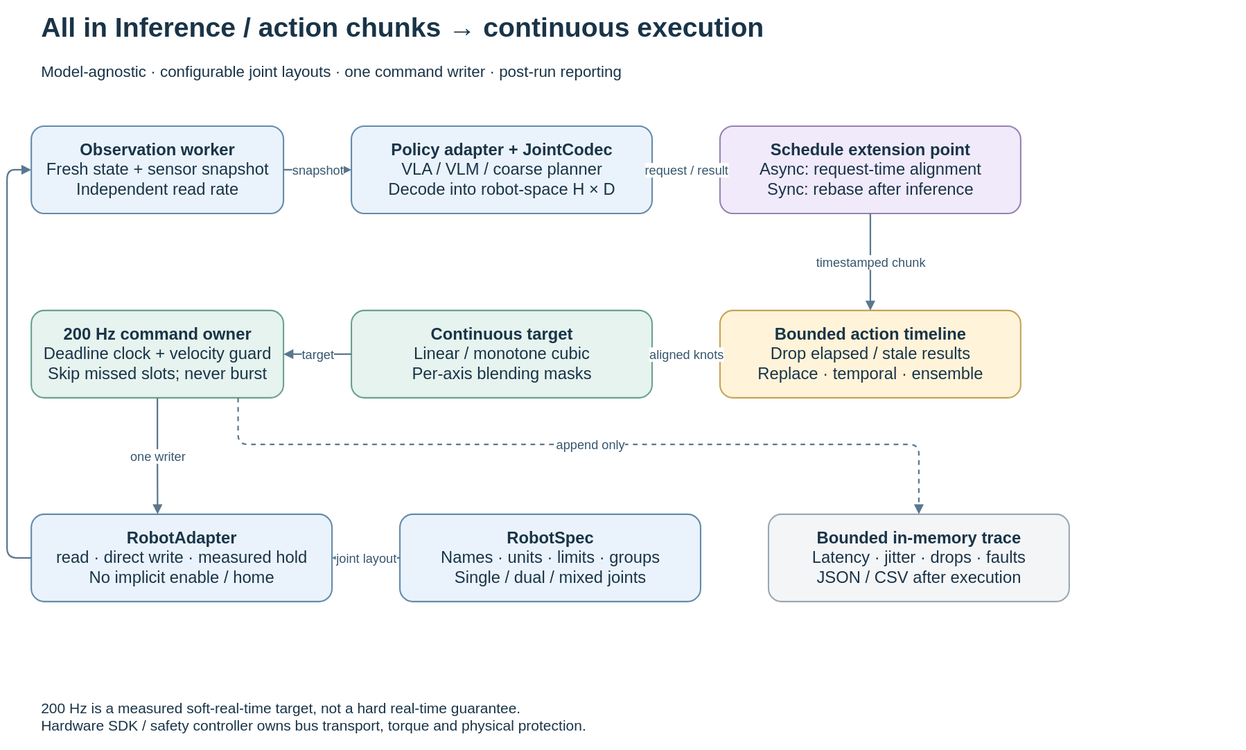
Srt-tian/All_in_inference keeps this draw.io diagram as docs/assets/architecture.svg. Above is the earlier version. Source tidied: cells renumbered, new cells last; positions are measured from the earlier drawing's top-left corner, leaving out a move shared by most shapes.
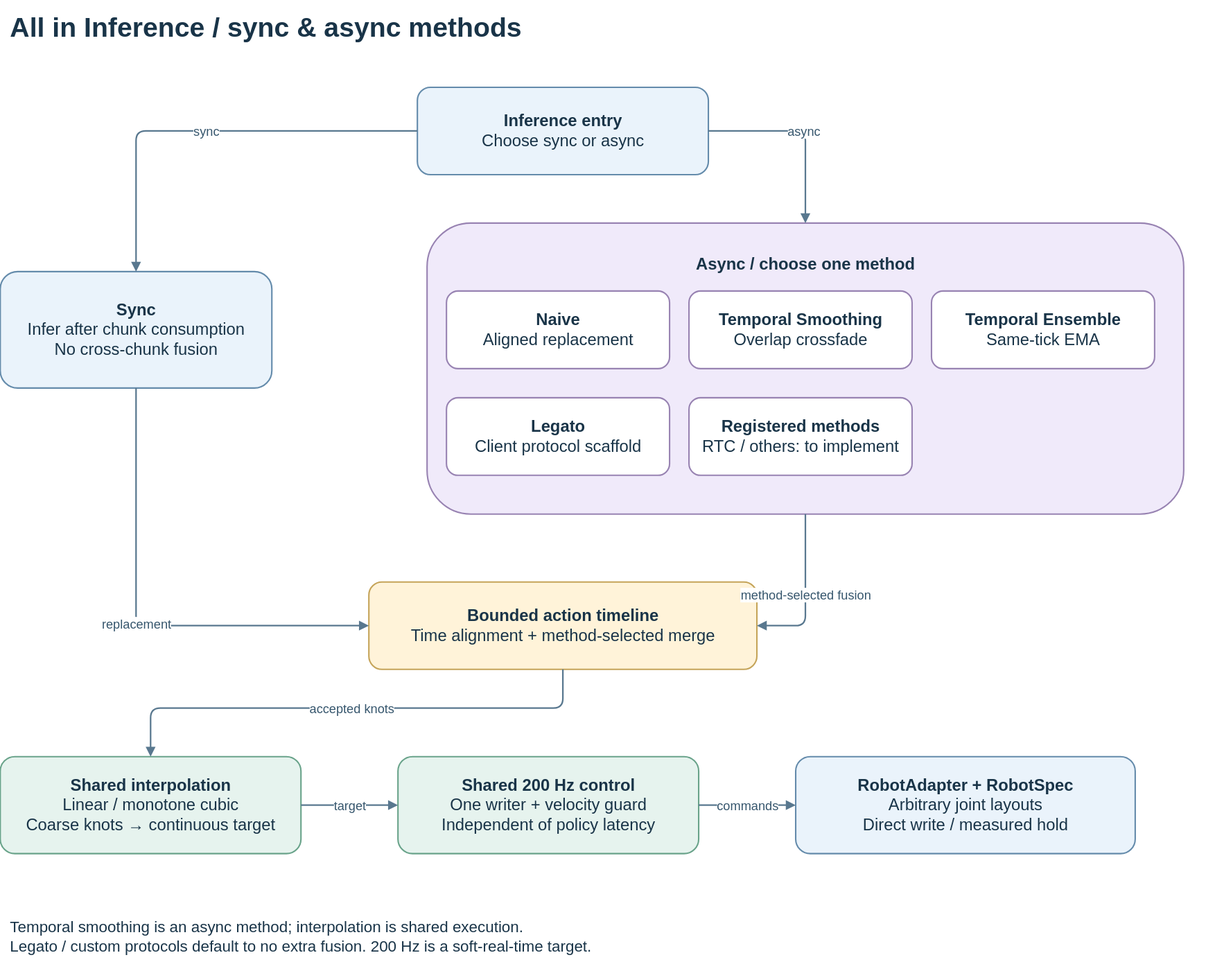
Above is the later version.

The edit, as a diff of the source:
```diff
@@ -2,78 +2,89 @@
   <root>
     <mxCell id="0" />
     <mxCell id="1" parent="0" />
-    <mxCell id="2" value="All in Inference  /  action chunks → continuous execution" style="rounded=1;whiteSpace=wrap;html=1;fillColor=none;strokeColor=none;strokeWidth=1.5;fontColor=#193448;fontFamily=Helvetica;fontSize=17;spacing=10;fontSize=28;fontStyle=1;align=left;" parent="1" vertex="1">
+    <mxCell id="2" value="All in Inference / sync &amp; async methods" style="rounded=1;whiteSpace=wrap;html=1;fillColor=none;strokeColor=none;strokeWidth=1.5;fontColor=#193448;fontFamily=Helvetica;fontSize=17;spacing=10;fontSize=28;fontStyle=1;align=left;" parent="1" vertex="1">
       <mxGeometry x="25" width="1250" height="55" as="geometry" />
     </mxCell>
-    <mxCell id="3" value="Model-agnostic · configurable joint layouts · one command writer · post-run reporting" style="rounded=1;whiteSpace=wrap;html=1;fillColor=none;strokeColor=none;strokeWidth=1.5;fontColor=#193448;fontFamily=Helvetica;fontSize=17;spacing=10;align=left;fontSize=16;" parent="1" vertex="1">
-      <mxGeometry x="25" y="56" width="1240" height="34" as="geometry" />
-    </mxCell>
-    <mxCell id="4" value="&lt;b&gt;Observation worker&lt;/b&gt;&lt;br&gt;Fresh state + sensor snapshot&lt;br&gt;Independent read rate" style="rounded=1;whiteSpace=wrap;html=1;fillColor=#eaf3fb;strokeColor=#648bab;strokeWidth=1.5;fontColor=#193448;fontFamily=Helvetica;fontSize=17;spacing=10;" parent="1" vertex="1">
-      <mxGeometry x="25" y="130" width="260" height="90" as="geometry" />
-    </mxCell>
-    <mxCell id="5" value="&lt;b&gt;Policy adapter + JointCodec&lt;/b&gt;&lt;br&gt;VLA / VLM / coarse planner&lt;br&gt;Decode into robot-space H × D" style="rounded=1;whiteSpace=wrap;html=1;fillColor=#eaf3fb;strokeColor=#648bab;strokeWidth=1.5;fontColor=#193448;fontFamily=Helvetica;fontSize=17;spacing=10;" parent="1" vertex="1">
-      <mxGeometry x="355" y="130" width="310" height="90" as="geometry" />
-    </mxCell>
-    <mxCell id="6" value="&lt;b&gt;Schedule extension point&lt;/b&gt;&lt;br&gt;Async: request-time alignment&lt;br&gt;Sync: rebase after inference" style="rounded=1;whiteSpace=wrap;html=1;fillColor=#f0eafa;strokeColor=#9883b2;strokeWidth=1.5;fontColor=#193448;fontFamily=Helvetica;fontSize=17;spacing=10;" parent="1" vertex="1">
-      <mxGeometry x="735" y="130" width="310" height="90" as="geometry" />
-    </mxCell>
+    <mxCell id="23" value="&lt;b&gt;Inference entry&lt;/b&gt;&lt;br&gt;Choose sync or async" style="rounded=1;whiteSpace=wrap;html=1;fillColor=#eaf3fb;strokeColor=#648bab;strokeWidth=1.5;fontColor=#193448;fontFamily=Helvetica;fontSize=17;spacing=10;" parent="1" vertex="1">
+      <mxGeometry x="455" y="90" width="300" height="90" as="geometry" />
+    </mxCell>
+    <mxCell id="24" value="&lt;b&gt;Sync&lt;/b&gt;&lt;br&gt;Infer after chunk consumption&lt;br&gt;No cross-chunk fusion" style="rounded=1;whiteSpace=wrap;html=1;fillColor=#eaf3fb;strokeColor=#648bab;strokeWidth=1.5;fontColor=#193448;fontFamily=Helvetica;fontSize=17;spacing=10;" parent="1" vertex="1">
+      <mxGeometry x="25" y="280" width="280" height="120" as="geometry" />
+    </mxCell>
+    <mxCell id="25" value="&lt;b&gt;Async / choose one method&lt;/b&gt;" style="rounded=1;whiteSpace=wrap;html=1;fillColor=#f0eafa;strokeColor=#9883b2;strokeWidth=1.5;fontColor=#193448;fontFamily=Helvetica;fontSize=17;spacing=10;verticalAlign=top;spacingTop=18;" parent="1" vertex="1">
+      <mxGeometry x="465" y="230" width="780" height="300" as="geometry" />
+    </mxCell>
+    <mxCell id="26" value="&lt;b&gt;Naive&lt;/b&gt;&lt;br&gt;Aligned replacement" style="rounded=1;whiteSpace=wrap;html=1;fillColor=#ffffff;strokeColor=#9883b2;strokeWidth=1.5;fontColor=#193448;fontFamily=Helvetica;fontSize=17;spacing=10;" parent="25" vertex="1">
+      <mxGeometry x="20" y="70" width="230" height="80" as="geometry" />
+    </mxCell>
+    <mxCell id="27" value="&lt;b&gt;Temporal Smoothing&lt;/b&gt;&lt;br&gt;Overlap crossfade" style="rounded=1;whiteSpace=wrap;html=1;fillColor=#ffffff;strokeColor=#9883b2;strokeWidth=1.5;fontColor=#193448;fontFamily=Helvetica;fontSize=17;spacing=10;" parent="25" vertex="1">
+      <mxGeometry x="270" y="70" width="230" height="80" as="geometry" />
+    </mxCell>
+    <mxCell id="28" value="&lt;b&gt;Temporal Ensemble&lt;/b&gt;&lt;br&gt;Same-tick EMA" style="rounded=1;whiteSpace=wrap;html=1;fillColor=#ffffff;strokeColor=#9883b2;strokeWidth=1.5;fontColor=#193448;fontFamily=Helvetica;fontSize=17;spacing=10;" parent="25" vertex="1">
+      <mxGeometry x="520" y="70" width="230" height="80" as="geometry" />
+    </mxCell>
+    <mxCell id="29" value="&lt;b&gt;Legato&lt;/b&gt;&lt;br&gt;Client protocol scaffold" style="rounded=1;whiteSpace=wrap;html=1;fillColor=#ffffff;strokeColor=#9883b2;strokeWidth=1.5;fontColor=#193448;fontFamily=Helvetica;fontSize=17;spacing=10;" parent="25" vertex="1">
+      <mxGeometry x="20" y="180" width="230" height="80" as="geometry" />
+    </mxCell>
+    <mxCell id="30" value="&lt;b&gt;Registered methods&lt;/b&gt;&lt;br&gt;RTC / others: to implement" style="rounded=1;whiteSpace=wrap;html=1;fillColor=#ffffff;strokeColor=#9883b2;strokeWidth=1.5;fontColor=#193448;fontFamily=Helvetica;fontSize=17;spacing=10;" parent="25" vertex="1">
+      <mxGeometry x="270" y="180" width="230" height="80" as="geometry" />
+    </mxCell>
-    <mxCell id="7" value="&lt;b&gt;Bounded action timeline&lt;/b&gt;&lt;br&gt;Drop elapsed / stale results&lt;br&gt;Replace · temporal · ensemble" style="rounded=1;whiteSpace=wrap;html=1;fillColor=#fff3d9;strokeColor=#c5a459;strokeWidth=1.5;fontColor=#193448;fontFamily=Helvetica;fontSize=17;spacing=10;" parent="1" vertex="1">
-      <mxGeometry x="735" y="320" width="310" height="90" as="geometry" />
+    <mxCell id="7" value="&lt;b&gt;Bounded action timeline&lt;/b&gt;&lt;br&gt;Time alignment + method-selected merge" style="rounded=1;whiteSpace=wrap;html=1;fillColor=#fff3d9;strokeColor=#c5a459;strokeWidth=1.5;fontColor=#193448;fontFamily=Helvetica;fontSize=17;spacing=10;" parent="1" vertex="1">
+      <mxGeometry x="405" y="600" width="400" height="90" as="geometry" />
     </mxCell>
-    <mxCell id="8" value="&lt;b&gt;Continuous target&lt;/b&gt;&lt;br&gt;Linear / monotone cubic&lt;br&gt;Per-axis blending masks" style="rounded=1;whiteSpace=wrap;html=1;fillColor=#e6f3ee;strokeColor=#69a38a;strokeWidth=1.5;fontColor=#193448;fontFamily=Helvetica;fontSize=17;spacing=10;" parent="1" vertex="1">
-      <mxGeometry x="355" y="320" width="310" height="90" as="geometry" />
+    <mxCell id="8" value="&lt;b&gt;Shared interpolation&lt;/b&gt;&lt;br&gt;Linear / monotone cubic&lt;br&gt;Coarse knots → continuous target" style="rounded=1;whiteSpace=wrap;html=1;fillColor=#e6f3ee;strokeColor=#69a38a;strokeWidth=1.5;fontColor=#193448;fontFamily=Helvetica;fontSize=17;spacing=10;" parent="1" vertex="1">
+      <mxGeometry x="25" y="780" width="310" height="100" as="geometry" />
     </mxCell>
-    <mxCell id="9" value="&lt;b&gt;200 Hz command owner&lt;/b&gt;&lt;br&gt;Deadline clock + velocity guard&lt;br&gt;Skip missed slots; never burst" style="rounded=1;whiteSpace=wrap;html=1;fillColor=#e6f3ee;strokeColor=#69a38a;strokeWidth=1.5;fontColor=#193448;fontFamily=Helvetica;fontSize=17;spacing=10;" parent="1" vertex="1">
-      <mxGeometry x="25" y="320" width="260" height="90" as="geometry" />
+    <mxCell id="9" value="&lt;b&gt;Shared 200 Hz control&lt;/b&gt;&lt;br&gt;One writer + velocity guard&lt;br&gt;Independent of policy latency" style="rounded=1;whiteSpace=wrap;html=1;fillColor=#e6f3ee;strokeColor=#69a38a;strokeWidth=1.5;fontColor=#193448;fontFamily=Helvetica;fontSize=17;spacing=10;" parent="1" vertex="1">
+      <mxGeometry x="435" y="780" width="310" height="100" as="geometry" />
     </mxCell>
-    <mxCell id="10" value="&lt;b&gt;RobotAdapter&lt;/b&gt;&lt;br&gt;read · direct write · measured hold&lt;br&gt;No implicit enable / home" style="rounded=1;whiteSpace=wrap;html=1;fillColor=#eaf3fb;strokeColor=#648bab;strokeWidth=1.5;fontColor=#193448;fontFamily=Helvetica;fontSize=17;spacing=10;" parent="1" vertex="1">
-      <mxGeometry x="25" y="530" width="310" height="90" as="geometry" />
+    <mxCell id="10" value="&lt;b&gt;RobotAdapter + RobotSpec&lt;/b&gt;&lt;br&gt;Arbitrary joint layouts&lt;br&gt;Direct write / measured hold" style="rounded=1;whiteSpace=wrap;html=1;fillColor=#eaf3fb;strokeColor=#648bab;strokeWidth=1.5;fontColor=#193448;fontFamily=Helvetica;fontSize=17;spacing=10;" parent="1" vertex="1">
+      <mxGeometry x="845" y="780" width="350" height="100" as="geometry" />
     </mxCell>
-    <mxCell id="11" value="&lt;b&gt;RobotSpec&lt;/b&gt;&lt;br&gt;Names · units · limits · groups&lt;br&gt;Single / dual / mixed joints" style="rounded=1;whiteSpace=wrap;html=1;fillColor=#eaf3fb;strokeColor=#648bab;strokeWidth=1.5;fontColor=#193448;fontFamily=Helvetica;fontSize=17;spacing=10;" parent="1" vertex="1">
-      <mxGeometry x="405" y="530" width="310" height="90" as="geometry" />
-    </mxCell>
-    <mxCell id="12" value="&lt;b&gt;Bounded in-memory trace&lt;/b&gt;&lt;br&gt;Latency · jitter · drops · faults&lt;br&gt;JSON / CSV after execution" style="rounded=1;whiteSpace=wrap;html=1;fillColor=#f4f5f7;strokeColor=#9aa9b3;strokeWidth=1.5;fontColor=#193448;fontFamily=Helvetica;fontSize=17;spacing=10;" parent="1" vertex="1">
-      <mxGeometry x="785" y="530" width="310" height="90" as="geometry" />
-    </mxCell>
-    <mxCell id="13" value="200 Hz is a measured soft-real-time target, not a hard real-time guarantee.&#10;Hardware SDK / safety controller owns bus transport, torque and physical protection." style="rounded=1;whiteSpace=wrap;html=1;fillColor=none;strokeColor=none;strokeWidth=1.5;fontColor=#193448;fontFamily=Helvetica;fontSize=17;spacing=10;align=left;fontSize=15;" parent="1" vertex="1">
-      <mxGeometry x="25" y="704" width="1220" height="68" as="geometry" />
+    <mxCell id="13" value="Temporal smoothing is an async method; interpolation is shared execution.&#10;Legato / custom protocols default to no extra fusion. 200 Hz is a soft-real-time target." style="rounded=1;whiteSpace=wrap;html=1;fillColor=none;strokeColor=none;strokeWidth=1.5;fontColor=#193448;fontFamily=Helvetica;fontSize=17;spacing=10;align=left;fontSize=16;" parent="1" vertex="1">
+      <mxGeometry x="25" y="930" width="1250" height="70" as="geometry" />
     </mxCell>
-    <mxCell id="14" value="snapshot" style="edgeStyle=orthogonalEdgeStyle;rounded=1;jettySize=auto;html=1;endArrow=block;strokeColor=#59788f;strokeWidth=1.6;fontColor=#36566d;fontSize=13;labelBackgroundColor=#ffffff;exitX=1;exitY=.5;entryX=0;entryY=.5;" parent="1" edge="1" source="4" target="5">
-      <mxGeometry relative="1" as="geometry" />
-    </mxCell>
-    <mxCell id="15" value="request / result" style="edgeStyle=orthogonalEdgeStyle;rounded=1;jettySize=auto;html=1;endArrow=block;strokeColor=#59788f;strokeWidth=1.6;fontColor=#36566d;fontSize=13;labelBackgroundColor=#ffffff;exitX=1;exitY=.5;entryX=0;entryY=.5;" parent="1" edge="1" source="5" target="6">
-      <mxGeometry relative="1" as="geometry" />
-    </mxCell>
-    <mxCell id="16" value="timestamped chunk" style="edgeStyle=orthogonalEdgeStyle;rounded=1;jettySize=auto;html=1;endArrow=block;strokeColor=#59788f;strokeWidth=1.6;fontColor=#36566d;fontSize=13;labelBackgroundColor=#ffffff;exitX=.5;exitY=1;entryX=.5;entryY=0;" parent="1" edge="1" source="6" target="7">
-      <mxGeometry relative="1" as="geometry" />
-    </mxCell>
+    <mxCell id="31" value="sync" style="edgeStyle=orthogonalEdgeStyle;rounded=1;jettySize=auto;html=1;endArrow=block;strokeColor=#59788f;strokeWidth=1.6;fontColor=#36566d;fontSize=13;labelBackgroundColor=#ffffff;exitX=0;exitY=.5;entryX=.5;entryY=0;" parent="1" edge="1" source="23" target="24">
+      <mxGeometry relative="1" as="geometry">
+        <Array as="points">
+          <mxPoint x="165" y="135" />
+        </Array>
+      </mxGeometry>
+    </mxCell>
+    <mxCell id="32" value="async" style="edgeStyle=orthogonalEdgeStyle;rounded=1;jettySize=auto;html=1;endArrow=block;strokeColor=#59788f;strokeWidth=1.6;fontColor=#36566d;fontSize=13;labelBackgroundColor=#ffffff;exitX=1;exitY=.5;entryX=.5;entryY=0;" parent="1" edge="1" source="23" target="25">
+      <mxGeometry relative="1" as="geometry">
+        <Array as="points">
+          <mxPoint x="855" y="135" />
+        </Array>
+      </mxGeometry>
+    </mxCell>
+    <mxCell id="33" value="replacement" style="edgeStyle=orthogonalEdgeStyle;rounded=1;jettySize=auto;html=1;endArrow=block;strokeColor=#59788f;strokeWidth=1.6;fontColor=#36566d;fontSize=13;labelBackgroundColor=#ffffff;exitX=.5;exitY=1;entryX=0;entryY=.5;" parent="1" edge="1" source="24" target="7">
+      <mxGeometry relative="1" as="geometry">
+        <Array as="points">
+          <mxPoint x="165" y="645" />
+        </Array>
+      </mxGeometry>
+    </mxCell>
+    <mxCell id="34" value="method-selected fusion" style="edgeStyle=orthogonalEdgeStyle;rounded=1;jettySize=auto;html=1;endArrow=block;strokeColor=#59788f;strokeWidth=1.6;fontColor=#36566d;fontSize=13;labelBackgroundColor=#ffffff;exitX=.5;exitY=1;entryX=1;entryY=.5;" parent="1" edge="1" source="25" target="7">
+      <mxGeometry relative="1" as="geometry">
+        <Array as="points">
+          <mxPoint x="855" y="645" />
+        </Array>
+      </mxGeometry>
+    </mxCell>
-    <mxCell id="17" value="aligned knots" style="edgeStyle=orthogonalEdgeStyle;rounded=1;jettySize=auto;html=1;endArrow=block;strokeColor=#59788f;strokeWidth=1.6;fontColor=#36566d;fontSize=13;labelBackgroundColor=#ffffff;exitX=0;exitY=.5;entryX=1;entryY=.5;" parent="1" edge="1" source="7" target="8">
-      <mxGeometry relative="1" as="geometry" />
+    <mxCell id="17" value="accepted knots" style="edgeStyle=orthogonalEdgeStyle;rounded=1;jettySize=auto;html=1;endArrow=block;strokeColor=#59788f;strokeWidth=1.6;fontColor=#36566d;fontSize=13;labelBackgroundColor=#ffffff;exitX=.5;exitY=1;entryX=.5;entryY=0;" parent="1" edge="1" source="7" target="8">
+      <mxGeometry relative="1" as="geometry">
+        <Array as="points">
+          <mxPoint x="605" y="730" />
+          <mxPoint x="180" y="730" />
+        </Array>
+      </mxGeometry>
     </mxCell>
-    <mxCell id="18" value="target" style="edgeStyle=orthogonalEdgeStyle;rounded=1;jettySize=auto;html=1;endArrow=block;strokeColor=#59788f;strokeWidth=1.6;fontColor=#36566d;fontSize=13;labelBackgroundColor=#ffffff;exitX=0;exitY=.5;entryX=1;entryY=.5;" parent="1" edge="1" source="8" target="9">
+    <mxCell id="18" value="target" style="edgeStyle=orthogonalEdgeStyle;rounded=1;jettySize=auto;html=1;endArrow=block;strokeColor=#59788f;strokeWidth=1.6;fontColor=#36566d;fontSize=13;labelBackgroundColor=#ffffff;exitX=1;exitY=.5;entryX=0;entryY=.5;" parent="1" edge="1" source="8" target="9">
       <mxGeometry relative="1" as="geometry" />
     </mxCell>
-    <mxCell id="19" value="one writer" style="edgeStyle=orthogonalEdgeStyle;rounded=1;jettySize=auto;html=1;endArrow=block;strokeColor=#59788f;strokeWidth=1.6;fontColor=#36566d;fontSize=13;labelBackgroundColor=#ffffff;exitX=.5;exitY=1;entryX=.42;entryY=0;" parent="1" edge="1" source="9" target="10">
+    <mxCell id="19" value="commands" style="edgeStyle=orthogonalEdgeStyle;rounded=1;jettySize=auto;html=1;endArrow=block;strokeColor=#59788f;strokeWidth=1.6;fontColor=#36566d;fontSize=13;labelBackgroundColor=#ffffff;exitX=1;exitY=.5;entryX=0;entryY=.5;" parent="1" edge="1" source="9" target="10">
       <mxGeometry relative="1" as="geometry" />
     </mxCell>
-    <mxCell id="20" style="edgeStyle=orthogonalEdgeStyle;rounded=1;jettySize=auto;html=1;endArrow=block;strokeColor=#59788f;strokeWidth=1.6;fontColor=#36566d;fontSize=13;labelBackgroundColor=#ffffff;exitX=0;exitY=.5;entryX=0;entryY=.5;" parent="1" edge="1" source="10" target="4">
-      <mxGeometry relative="1" as="geometry">
-        <Array as="points">
-          <mxPoint y="575" />
-          <mxPoint y="175" />
-        </Array>
-      </mxGeometry>
-    </mxCell>
-    <mxCell id="21" value="joint layout" style="edgeStyle=orthogonalEdgeStyle;rounded=1;jettySize=auto;html=1;endArrow=block;strokeColor=#59788f;strokeWidth=1.6;fontColor=#36566d;fontSize=13;labelBackgroundColor=#ffffff;exitX=0;exitY=.5;entryX=1;entryY=.5;dashed=1;" parent="1" edge="1" source="11" target="10">
-      <mxGeometry relative="1" as="geometry" />
-    </mxCell>
-    <mxCell id="22" value="append only" style="edgeStyle=orthogonalEdgeStyle;rounded=1;jettySize=auto;html=1;endArrow=block;strokeColor=#59788f;strokeWidth=1.6;fontColor=#36566d;fontSize=13;labelBackgroundColor=#ffffff;exitX=.82;exitY=1;entryX=.5;entryY=0;dashed=1;" parent="1" edge="1" source="9" target="12">
-      <mxGeometry relative="1" as="geometry">
-        <Array as="points">
-          <mxPoint x="238" y="458" />
-          <mxPoint x="940" y="458" />
-        </Array>
-      </mxGeometry>
-    </mxCell>
   </root>
 </mxGraphModel>
```
